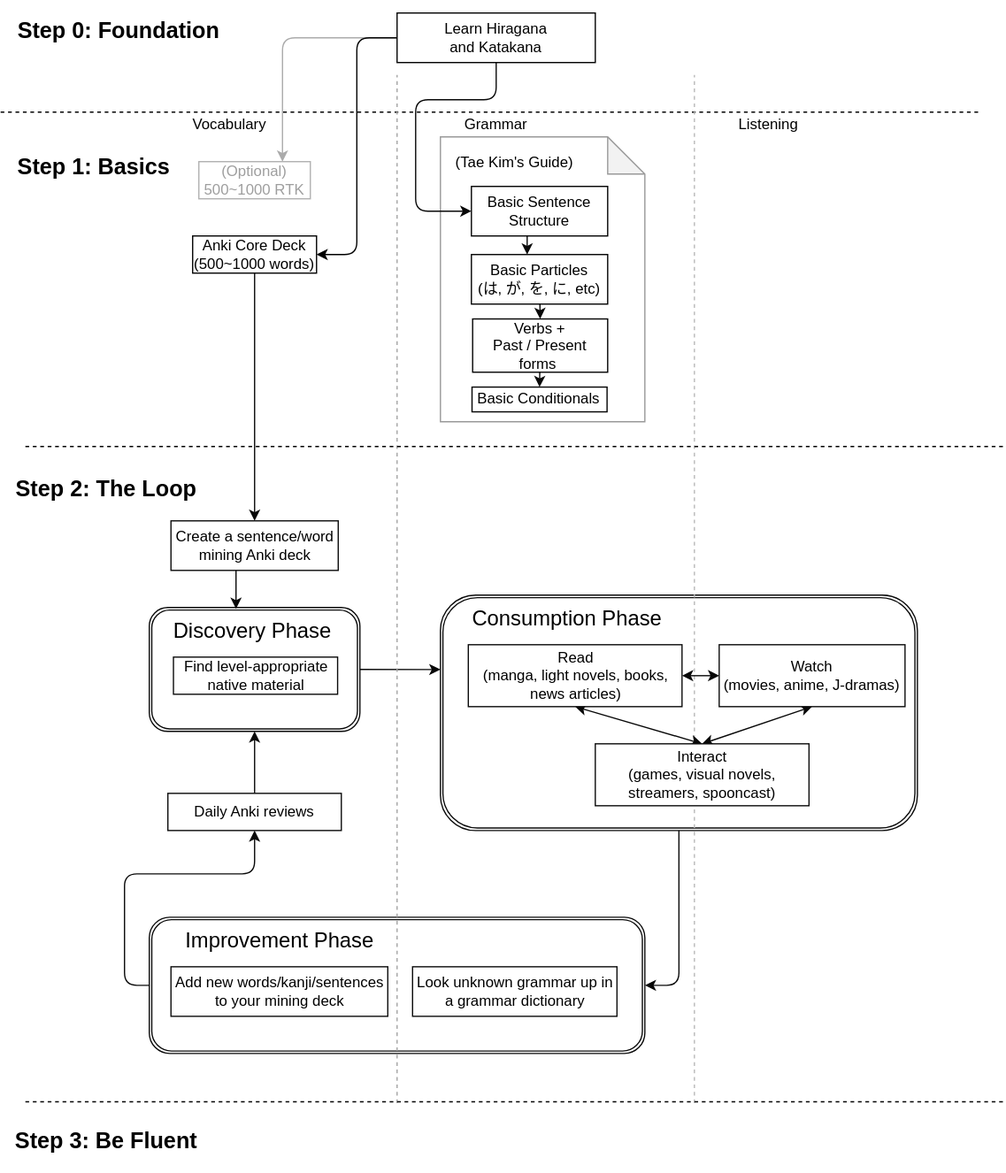
Earlier version of the draw.io export static/japanese_learning_loop.svg (Morgawr/morg-zettel). Source tidied: cells renumbered, new cells last; positions are measured from the earlier drawing's top-left corner, leaving out a move shared by most shapes.
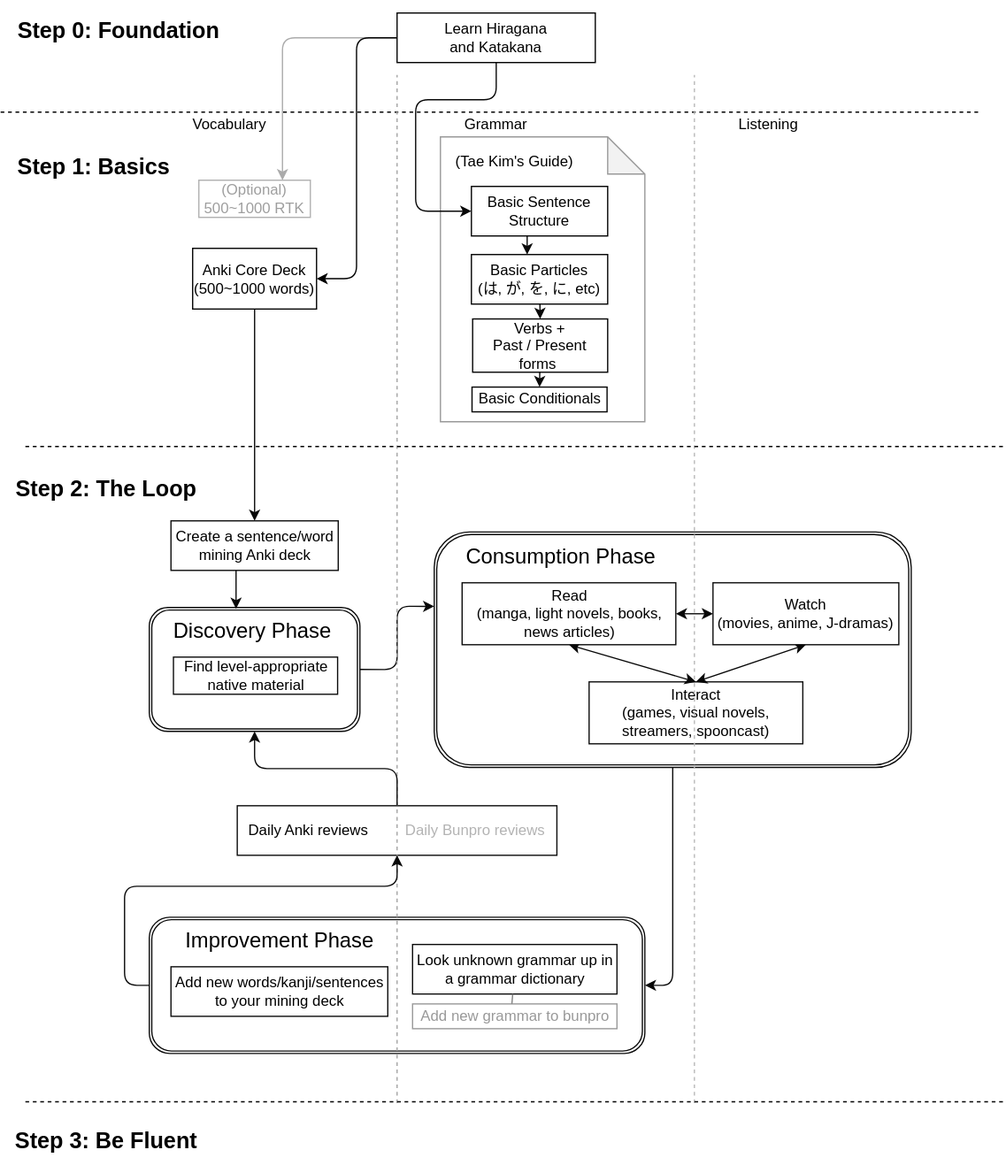
The same file after the commit.

What changed in the source:
```diff
@@ -2,16 +2,22 @@
   <root>
     <mxCell id="0" />
     <mxCell id="1" parent="0" />
+    <mxCell id="4" style="shape=ext;double=1;rounded=1;whiteSpace=wrap;html=1;strokeColor=#0A0A0A;" parent="1" vertex="1">
+      <mxGeometry x="350" y="429" width="385" height="190" as="geometry" />
+    </mxCell>
+    <mxCell id="41" value="Interact&lt;br&gt;(games, visual novels, streamers, &lt;a href=&quot;https://www.spooncast.net/jp/&quot;&gt;spooncast&lt;/a&gt;)" style="rounded=0;whiteSpace=wrap;html=1;strokeColor=#0A0A0A;" parent="1" vertex="1">
+      <mxGeometry x="475" y="550" width="172.5" height="50" as="geometry" />
+    </mxCell>
+    <mxCell id="49" value="Daily Anki reviews&amp;nbsp; &amp;nbsp; &amp;nbsp; &amp;nbsp; &amp;nbsp;&lt;font color=&quot;#b3b3b3&quot;&gt;Daily Bunpro reviews&lt;/font&gt;" style="rounded=0;whiteSpace=wrap;html=1;strokeColor=#0A0A0A;" parent="1" vertex="1">
+      <mxGeometry x="191" y="650" width="258" height="40" as="geometry" />
+    </mxCell>
     <mxCell id="2" style="shape=ext;double=1;rounded=1;whiteSpace=wrap;html=1;strokeColor=#0A0A0A;" parent="1" vertex="1">
       <mxGeometry x="120" y="740" width="400" height="110" as="geometry" />
     </mxCell>
     <mxCell id="3" style="edgeStyle=orthogonalEdgeStyle;rounded=1;sketch=0;jettySize=auto;html=1;exitX=0.5;exitY=1;exitDx=0;exitDy=0;entryX=1;entryY=0.5;entryDx=0;entryDy=0;shadow=0;startArrow=none;startFill=0;strokeColor=#080808;" parent="1" edge="1" source="4" target="2">
       <mxGeometry relative="1" as="geometry" />
     </mxCell>
-    <mxCell id="4" style="shape=ext;double=1;rounded=1;whiteSpace=wrap;html=1;strokeColor=#0A0A0A;" parent="1" vertex="1">
-      <mxGeometry x="355" y="480" width="385" height="190" as="geometry" />
-    </mxCell>
-    <mxCell id="5" style="edgeStyle=none;rounded=1;sketch=0;jettySize=auto;html=1;entryX=0;entryY=0.316;entryDx=0;entryDy=0;shadow=0;startArrow=none;startFill=0;strokeColor=#080808;exitX=1;exitY=0.5;exitDx=0;exitDy=0;entryPerimeter=0;" parent="1" edge="1" source="6" target="4">
+    <mxCell id="5" style="edgeStyle=orthogonalEdgeStyle;rounded=1;sketch=0;jettySize=auto;html=1;entryX=0;entryY=0.316;entryDx=0;entryDy=0;shadow=0;startArrow=none;startFill=0;strokeColor=#080808;exitX=1;exitY=0.5;exitDx=0;exitDy=0;entryPerimeter=0;" parent="1" edge="1" source="6" target="4">
       <mxGeometry relative="1" as="geometry" />
     </mxCell>
     <mxCell id="6" style="shape=ext;double=1;rounded=1;whiteSpace=wrap;html=1;strokeColor=#0A0A0A;" parent="1" vertex="1">
@@ -76,13 +82,13 @@
       <mxGeometry x="5" y="110" width="140" height="50" as="geometry" />
     </mxCell>
     <mxCell id="20" value="&lt;font color=&quot;#9e9e9e&quot;&gt;(Optional)&lt;br&gt;500~1000 &lt;a href=&quot;https://kanji.koohii.com/&quot;&gt;RTK&lt;/a&gt;&lt;/font&gt;" style="rounded=0;whiteSpace=wrap;html=1;strokeColor=#B0B0B0;" parent="1" vertex="1">
-      <mxGeometry x="160" y="130" width="90" height="30" as="geometry" />
+      <mxGeometry x="160" y="145" width="90" height="30" as="geometry" />
     </mxCell>
     <mxCell id="21" style="edgeStyle=none;rounded=1;sketch=0;jettySize=auto;html=1;exitX=0.5;exitY=1;exitDx=0;exitDy=0;entryX=0.5;entryY=0;entryDx=0;entryDy=0;shadow=0;strokeColor=#080808;" parent="1" edge="1" source="22" target="34">
       <mxGeometry relative="1" as="geometry" />
     </mxCell>
     <mxCell id="22" value="Anki Core Deck&lt;br&gt;(500~1000 words)" style="rounded=0;whiteSpace=wrap;html=1;" parent="1" vertex="1">
-      <mxGeometry x="155" y="190" width="100" height="30" as="geometry" />
+      <mxGeometry x="155" y="200" width="100" height="49" as="geometry" />
     </mxCell>
     <mxCell id="23" style="edgeStyle=orthogonalEdgeStyle;rounded=1;sketch=0;jettySize=auto;html=1;shadow=0;strokeColor=#080808;" parent="1" edge="1" source="24" target="27">
       <mxGeometry relative="1" as="geometry">
@@ -140,25 +146,22 @@
       <mxGeometry x="132" y="500" width="143" height="20" as="geometry" />
     </mxCell>
     <mxCell id="37" value="&lt;font style=&quot;font-size: 17px&quot;&gt;Consumption Phase&lt;/font&gt;" style="text;html=1;strokeColor=none;fillColor=none;align=center;verticalAlign=middle;whiteSpace=wrap;rounded=0;" parent="1" vertex="1">
-      <mxGeometry x="370" y="490" width="175" height="20" as="geometry" />
+      <mxGeometry x="365" y="440" width="175" height="20" as="geometry" />
     </mxCell>
     <mxCell id="38" style="edgeStyle=none;rounded=1;sketch=0;jettySize=auto;html=1;exitX=0.5;exitY=1;exitDx=0;exitDy=0;entryX=0.5;entryY=0;entryDx=0;entryDy=0;shadow=0;strokeColor=#080808;startArrow=classic;startFill=1;" parent="1" edge="1" source="39" target="41">
       <mxGeometry relative="1" as="geometry" />
     </mxCell>
     <mxCell id="39" value="Read&lt;br&gt;(manga, light novels, books, news articles)" style="rounded=0;whiteSpace=wrap;html=1;strokeColor=#0A0A0A;" parent="1" vertex="1">
-      <mxGeometry x="377.5" y="520" width="172.5" height="50" as="geometry" />
+      <mxGeometry x="372.5" y="470" width="172.5" height="50" as="geometry" />
     </mxCell>
     <mxCell id="40" style="edgeStyle=none;rounded=1;sketch=0;jettySize=auto;html=1;entryX=0.5;entryY=1;entryDx=0;entryDy=0;shadow=0;strokeColor=#080808;exitX=0.5;exitY=0;exitDx=0;exitDy=0;startArrow=classic;startFill=1;" parent="1" edge="1" source="41" target="43">
       <mxGeometry relative="1" as="geometry" />
     </mxCell>
-    <mxCell id="41" value="Interact&lt;br&gt;(games, visual novels, streamers, &lt;a href=&quot;https://www.spooncast.net/jp/&quot;&gt;spooncast&lt;/a&gt;)" style="rounded=0;whiteSpace=wrap;html=1;strokeColor=#0A0A0A;" parent="1" vertex="1">
-      <mxGeometry x="480" y="600" width="172.5" height="50" as="geometry" />
-    </mxCell>
     <mxCell id="42" style="edgeStyle=none;rounded=1;sketch=0;jettySize=auto;html=1;exitX=0;exitY=0.5;exitDx=0;exitDy=0;entryX=1;entryY=0.5;entryDx=0;entryDy=0;shadow=0;strokeColor=#080808;startArrow=classic;startFill=1;" parent="1" edge="1" source="43" target="39">
       <mxGeometry relative="1" as="geometry" />
     </mxCell>
     <mxCell id="43" value="Watch&lt;br&gt;(movies, anime, J-dramas)" style="rounded=0;whiteSpace=wrap;html=1;strokeColor=#0A0A0A;" parent="1" vertex="1">
-      <mxGeometry x="580" y="520" width="150" height="50" as="geometry" />
+      <mxGeometry x="575" y="470" width="150" height="50" as="geometry" />
     </mxCell>
     <mxCell id="44" style="edgeStyle=orthogonalEdgeStyle;rounded=1;sketch=0;jettySize=auto;html=1;exitX=0;exitY=0.5;exitDx=0;exitDy=0;entryX=0.5;entryY=1;entryDx=0;entryDy=0;shadow=0;startArrow=none;startFill=0;strokeColor=#080808;" parent="1" edge="1" source="2" target="49">
       <mxGeometry relative="1" as="geometry" />
@@ -166,8 +169,8 @@
     <mxCell id="45" value="&lt;font style=&quot;font-size: 17px&quot;&gt;Improvement Phase&lt;/font&gt;" style="text;html=1;strokeColor=none;fillColor=none;align=center;verticalAlign=middle;whiteSpace=wrap;rounded=0;" parent="1" vertex="1">
       <mxGeometry x="139.5" y="750" width="170.5" height="20" as="geometry" />
     </mxCell>
-    <mxCell id="46" value="Look unknown grammar up in a &lt;a href=&quot;https://core6000.neocities.org/hjgp/&quot;&gt;grammar dictionary&lt;/a&gt;" style="rounded=0;whiteSpace=wrap;html=1;strokeColor=#0A0A0A;" parent="1" vertex="1">
-      <mxGeometry x="332.5" y="780" width="165" height="40" as="geometry" />
+    <mxCell id="46" value="Look unknown grammar up in a &lt;a href=&quot;https://itazuraneko.neocities.org/grammar/masterreference.html&quot;&gt;grammar dictionary&lt;/a&gt;" style="rounded=0;whiteSpace=wrap;html=1;strokeColor=#0A0A0A;" parent="1" vertex="1">
+      <mxGeometry x="332.5" y="762" width="165" height="40" as="geometry" />
     </mxCell>
     <mxCell id="47" value="Add new words/kanji/sentences to &lt;a href=&quot;https://www.youtube.com/watch?v=CfvDKgNUSi8&quot;&gt;your mining deck&lt;/a&gt;" style="rounded=0;whiteSpace=wrap;html=1;strokeColor=#0A0A0A;" parent="1" vertex="1">
       <mxGeometry x="137.5" y="780" width="175" height="40" as="geometry" />
@@ -175,9 +178,6 @@
     <mxCell id="48" style="edgeStyle=orthogonalEdgeStyle;rounded=1;sketch=0;jettySize=auto;html=1;exitX=0.5;exitY=0;exitDx=0;exitDy=0;shadow=0;startArrow=none;startFill=0;strokeColor=#080808;" parent="1" edge="1" source="49" target="6">
       <mxGeometry relative="1" as="geometry" />
     </mxCell>
-    <mxCell id="49" value="Daily Anki reviews" style="rounded=0;whiteSpace=wrap;html=1;strokeColor=#0A0A0A;" parent="1" vertex="1">
-      <mxGeometry x="135" y="640" width="140" height="30" as="geometry" />
-    </mxCell>
     <mxCell id="50" style="endArrow=none;dashed=1;html=1;" parent="1" edge="1">
       <mxGeometry relative="1" as="geometry">
         <mxPoint x="20" y="889" as="sourcePoint" />
@@ -187,5 +187,11 @@
     <mxCell id="51" value="&lt;h2&gt;Step 3: Be Fluent&lt;/h2&gt;" style="text;html=1;align=center;verticalAlign=middle;" parent="1" vertex="1">
       <mxGeometry x="5" y="896" width="160" height="50" as="geometry" />
     </mxCell>
+    <mxCell id="52" value="&lt;font color=&quot;#999999&quot;&gt;Add new grammar to bunpro&lt;/font&gt;" style="rounded=0;whiteSpace=wrap;html=1;strokeColor=#999999;" parent="1" vertex="1">
+      <mxGeometry x="332.5" y="810" width="165" height="20" as="geometry" />
+    </mxCell>
+    <mxCell id="53" style="endArrow=none;html=1;entryX=0.486;entryY=-0.006;entryDx=0;entryDy=0;entryPerimeter=0;strokeWidth=1;rounded=1;strokeColor=#808080;" parent="1" edge="1" source="46" target="52">
+      <mxGeometry relative="1" as="geometry" />
+    </mxCell>
   </root>
 </mxGraphModel>
```
